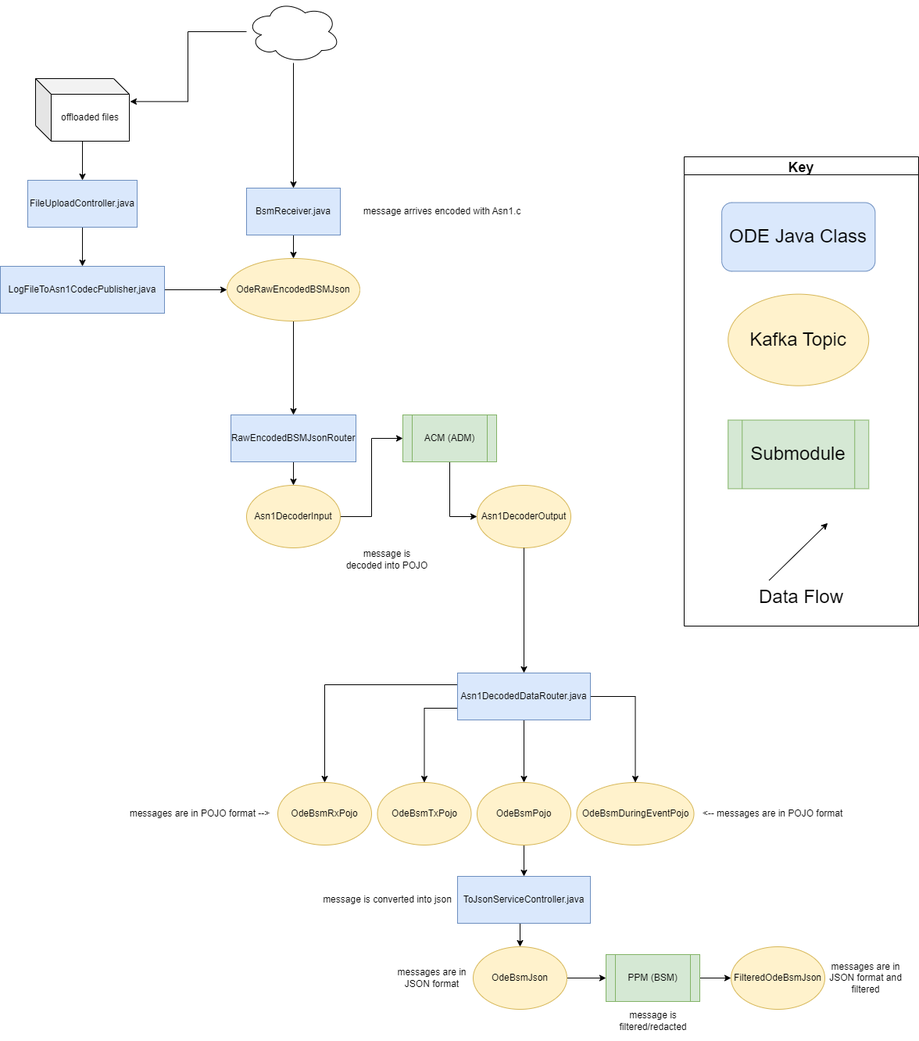
Above: docs/data-flow-diagrams/bsm/BSM Data Flow.drawio.png in usdot-jpo-ode/jpo-ode (draw.io), before the change. Source tidied: cells renumbered, new cells last; positions are measured from the earlier drawing's top-left corner, leaving out a move shared by most shapes.
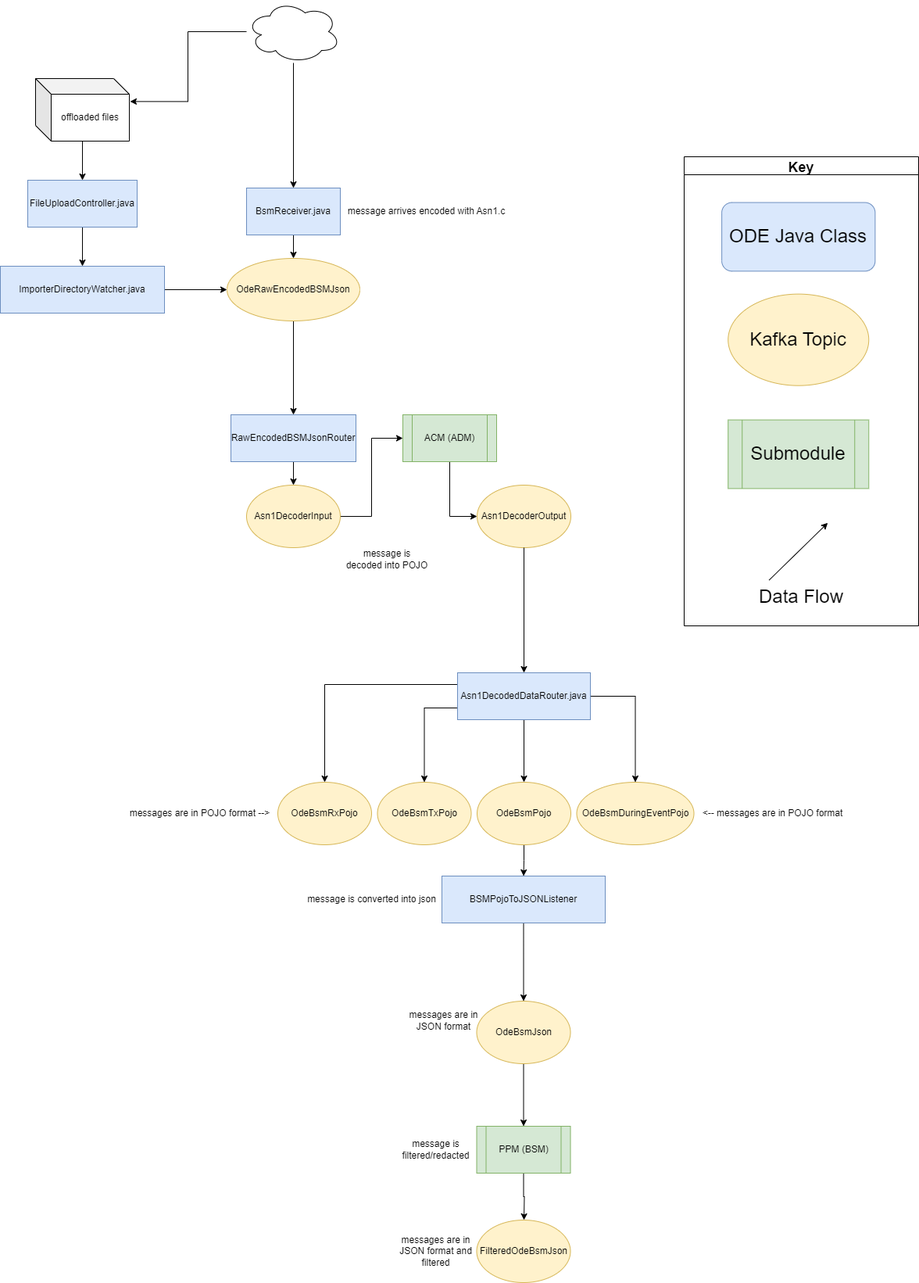
After the change.

Change to the diagram source:
```diff
@@ -62,26 +62,28 @@
     <mxCell id="21" value="Asn1DecoderOutput" style="ellipse;whiteSpace=wrap;html=1;fillColor=#fff2cc;strokeColor=#d6b656;" parent="1" vertex="1">
       <mxGeometry x="610" y="620" width="120" height="80" as="geometry" />
     </mxCell>
-    <mxCell id="22" style="edgeStyle=orthogonalEdgeStyle;rounded=0;jettySize=auto;html=1;entryX=0.5;entryY=0;entryDx=0;entryDy=0;exitX=0.5;exitY=1;exitDx=0;exitDy=0;" parent="1" edge="1" source="23" target="25">
+    <mxCell id="22" style="edgeStyle=orthogonalEdgeStyle;rounded=0;jettySize=auto;html=1;exitX=0.5;exitY=1;exitDx=0;exitDy=0;" parent="1" edge="1" source="23" target="25">
       <mxGeometry relative="1" as="geometry" />
     </mxCell>
-    <mxCell id="23" value="ToJsonServiceController.java" style="rounded=0;whiteSpace=wrap;html=1;fillColor=#dae8fc;strokeColor=#6c8ebf;" parent="1" vertex="1">
-      <mxGeometry x="585" y="1120" width="170" height="60" as="geometry" />
+    <mxCell id="23" value="BSMPojoToJSONListener" style="rounded=0;whiteSpace=wrap;html=1;fillColor=#dae8fc;strokeColor=#6c8ebf;" parent="1" vertex="1">
+      <mxGeometry x="565" y="1120" width="209" height="60" as="geometry" />
     </mxCell>
     <mxCell id="24" style="edgeStyle=orthogonalEdgeStyle;rounded=0;jettySize=auto;html=1;" parent="1" edge="1" source="25" target="27">
       <mxGeometry relative="1" as="geometry" />
     </mxCell>
     <mxCell id="25" value="OdeBsmJson" style="ellipse;whiteSpace=wrap;html=1;fillColor=#fff2cc;strokeColor=#d6b656;" parent="1" vertex="1">
-      <mxGeometry x="605" y="1210" width="120" height="80" as="geometry" />
+      <mxGeometry x="609.5" y="1280" width="120" height="80" as="geometry" />
     </mxCell>
-    <mxCell id="26" style="edgeStyle=orthogonalEdgeStyle;rounded=0;jettySize=auto;html=1;entryX=0;entryY=0.5;entryDx=0;entryDy=0;" parent="1" edge="1" source="27" target="28">
-      <mxGeometry relative="1" as="geometry" />
+    <mxCell id="26" style="edgeStyle=orthogonalEdgeStyle;rounded=0;jettySize=auto;html=1;" parent="1" edge="1" source="27">
+      <mxGeometry relative="1" as="geometry">
+        <mxPoint x="670" y="1560" as="targetPoint" />
+      </mxGeometry>
     </mxCell>
     <mxCell id="27" value="PPM (BSM)" style="shape=process;whiteSpace=wrap;html=1;backgroundOutline=1;fillColor=#d5e8d4;strokeColor=#82b366;" parent="1" vertex="1">
-      <mxGeometry x="775" y="1220" width="120" height="60" as="geometry" />
+      <mxGeometry x="609.5" y="1440" width="120" height="60" as="geometry" />
     </mxCell>
     <mxCell id="28" value="FilteredOdeBsmJson" style="ellipse;whiteSpace=wrap;html=1;fillColor=#fff2cc;strokeColor=#d6b656;" parent="1" vertex="1">
-      <mxGeometry x="935" y="1210" width="120" height="80" as="geometry" />
+      <mxGeometry x="609.5" y="1560" width="120" height="80" as="geometry" />
     </mxCell>
     <mxCell id="29" value="OdeBsmTxPojo" style="ellipse;whiteSpace=wrap;html=1;fillColor=#fff2cc;strokeColor=#d6b656;" parent="1" vertex="1">
       <mxGeometry x="482.5" y="1000" width="120" height="80" as="geometry" />
@@ -123,22 +125,22 @@
       <mxGeometry x="315" width="120" height="80" as="geometry" />
     </mxCell>
     <mxCell id="41" value="message arrives encoded with Asn1.c" style="text;html=1;align=center;verticalAlign=middle;strokeColor=none;fillColor=none;" parent="1" vertex="1">
-      <mxGeometry x="455" y="260" width="220" height="20" as="geometry" />
+      <mxGeometry x="435" y="260" width="220" height="20" as="geometry" />
     </mxCell>
     <mxCell id="42" value="message is decoded into POJO" style="text;html=1;strokeColor=none;fillColor=none;align=center;verticalAlign=middle;whiteSpace=wrap;rounded=0;" parent="1" vertex="1">
       <mxGeometry x="440" y="690" width="110" height="50" as="geometry" />
     </mxCell>
     <mxCell id="43" value="message is converted into json" style="text;html=1;align=center;verticalAlign=middle;strokeColor=none;fillColor=none;" parent="1" vertex="1">
-      <mxGeometry x="405" y="1140" width="180" height="20" as="geometry" />
+      <mxGeometry x="385" y="1140" width="180" height="20" as="geometry" />
     </mxCell>
     <mxCell id="44" value="message is filtered/redacted" style="text;html=1;strokeColor=none;fillColor=none;align=center;verticalAlign=middle;whiteSpace=wrap;rounded=0;" parent="1" vertex="1">
-      <mxGeometry x="782.5" y="1280" width="105" height="50" as="geometry" />
+      <mxGeometry x="504.5" y="1445" width="105" height="50" as="geometry" />
     </mxCell>
     <mxCell id="45" value="messages are in JSON format and filtered" style="text;html=1;strokeColor=none;fillColor=none;align=center;verticalAlign=middle;whiteSpace=wrap;rounded=0;" parent="1" vertex="1">
-      <mxGeometry x="1055" y="1225" width="105" height="50" as="geometry" />
+      <mxGeometry x="504.5" y="1575" width="105" height="50" as="geometry" />
     </mxCell>
     <mxCell id="46" value="messages are in JSON format" style="text;html=1;strokeColor=none;fillColor=none;align=center;verticalAlign=middle;whiteSpace=wrap;rounded=0;" parent="1" vertex="1">
-      <mxGeometry x="500" y="1225" width="105" height="50" as="geometry" />
+      <mxGeometry x="515" y="1280" width="105" height="50" as="geometry" />
     </mxCell>
     <mxCell id="47" value="messages are in POJO format --&amp;gt;" style="text;html=1;align=center;verticalAlign=middle;strokeColor=none;fillColor=none;" parent="1" vertex="1">
       <mxGeometry x="155" y="1030" width="200" height="20" as="geometry" />
@@ -161,7 +163,7 @@
     <mxCell id="53" style="edgeStyle=orthogonalEdgeStyle;rounded=0;jettySize=auto;html=1;entryX=0;entryY=0.5;entryDx=0;entryDy=0;" parent="1" edge="1" source="54" target="14">
       <mxGeometry relative="1" as="geometry" />
     </mxCell>
-    <mxCell id="54" value="LogFileToAsn1CodecPublisher,java" style="rounded=0;whiteSpace=wrap;html=1;fillColor=#dae8fc;strokeColor=#6c8ebf;" parent="1" vertex="1">
+    <mxCell id="54" value="ImporterDirectoryWatcher.java" style="rounded=0;whiteSpace=wrap;html=1;fillColor=#dae8fc;strokeColor=#6c8ebf;" parent="1" vertex="1">
       <mxGeometry y="340" width="210" height="60" as="geometry" />
     </mxCell>
   </root>
```
